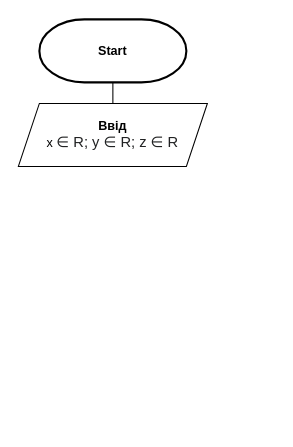
w0nna/ads-bugreyev-kp13 keeps this draw.io diagram as Lab01/Lab01.1.drawio. Above is the earlier version. Source tidied: cells renumbered, new cells numbered last; positions are measured from the earlier drawing's top-left corner, leaving out a move shared by most shapes. Both pictures are drawn from the tidied source at 105%, with x=0, y=0 at pixel (18, 19).
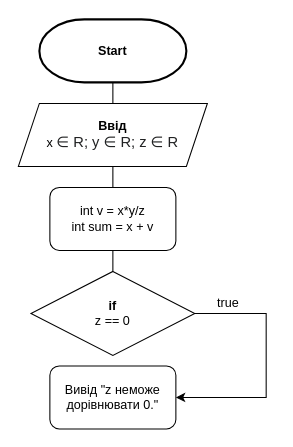
The same diagram, later.

Commit message:
Перше виповнення умови

What changed in the source:
```diff
@@
 <mxGraphModel>
   <root>
     <mxCell id="0" />
     <mxCell id="1" parent="0" />
     <mxCell id="2" value="&lt;b&gt;Start&lt;/b&gt;" style="strokeWidth=2;html=1;shape=mxgraph.flowchart.terminator;whiteSpace=wrap;" parent="1" vertex="1">
       <mxGeometry x="20" width="140" height="60" as="geometry" />
     </mxCell>
     <mxCell id="3" value="&lt;b&gt;Ввід&lt;/b&gt;&lt;br&gt;x&amp;nbsp;&lt;span style=&quot;color: rgb(32 , 33 , 34) ; font-family: sans-serif ; font-size: 14px ; background-color: rgb(255 , 255 , 255)&quot;&gt;∈ R; y&amp;nbsp;&lt;/span&gt;&lt;span style=&quot;color: rgb(32 , 33 , 34) ; font-family: sans-serif ; font-size: 14px ; background-color: rgb(255 , 255 , 255)&quot;&gt;∈ R; z&amp;nbsp;&lt;/span&gt;&lt;span style=&quot;color: rgb(32 , 33 , 34) ; font-family: sans-serif ; font-size: 14px ; background-color: rgb(255 , 255 , 255)&quot;&gt;∈ R&lt;/span&gt;" style="shape=parallelogram;perimeter=parallelogramPerimeter;whiteSpace=wrap;html=1;fixedSize=1;" parent="1" vertex="1">
       <mxGeometry y="80" width="180" height="60" as="geometry" />
     </mxCell>
     <mxCell id="4" style="endArrow=none;html=1;entryX=0.5;entryY=1;entryDx=0;entryDy=0;entryPerimeter=0;exitX=0.5;exitY=0;exitDx=0;exitDy=0;" parent="1" edge="1" source="3" target="2">
       <mxGeometry relative="1" as="geometry" />
     </mxCell>
+    <mxCell id="5" value="int v = x*y/z&lt;br&gt;int sum = x + v" style="rounded=1;whiteSpace=wrap;html=1;" parent="1" vertex="1">
+      <mxGeometry x="30" y="160" width="120" height="60" as="geometry" />
+    </mxCell>
+    <mxCell id="6" style="endArrow=none;html=1;entryX=0.5;entryY=1;entryDx=0;entryDy=0;exitX=0.5;exitY=0;exitDx=0;exitDy=0;" parent="1" edge="1" source="5" target="3">
+      <mxGeometry relative="1" as="geometry" />
+    </mxCell>
+    <mxCell id="7" style="edgeStyle=orthogonalEdgeStyle;rounded=0;jettySize=auto;html=1;entryX=1;entryY=0.5;entryDx=0;entryDy=0;" parent="1" edge="1" source="8" target="10">
+      <mxGeometry relative="1" as="geometry">
+        <Array as="points">
+          <mxPoint x="236" y="280" />
+          <mxPoint x="236" y="360" />
+        </Array>
+      </mxGeometry>
+    </mxCell>
+    <mxCell id="8" value="&lt;b&gt;if&lt;/b&gt;&lt;br&gt;z == 0" style="rhombus;whiteSpace=wrap;html=1;" parent="1" vertex="1">
+      <mxGeometry x="12" y="240" width="156" height="80" as="geometry" />
+    </mxCell>
+    <mxCell id="9" style="endArrow=none;html=1;entryX=0.5;entryY=1;entryDx=0;entryDy=0;exitX=0.5;exitY=0;exitDx=0;exitDy=0;" parent="1" edge="1" source="8" target="5">
+      <mxGeometry relative="1" as="geometry" />
+    </mxCell>
+    <mxCell id="10" value="Вивід &quot;z неможе дорівнювати 0.&quot;" style="rounded=1;whiteSpace=wrap;html=1;" parent="1" vertex="1">
+      <mxGeometry x="30" y="330" width="120" height="60" as="geometry" />
+    </mxCell>
+    <mxCell id="11" value="true" style="text;html=1;strokeColor=none;fillColor=none;align=center;verticalAlign=middle;whiteSpace=wrap;rounded=0;" parent="1" vertex="1">
+      <mxGeometry x="180" y="260" width="40" height="20" as="geometry" />
+    </mxCell>
   </root>
 </mxGraphModel>
```
